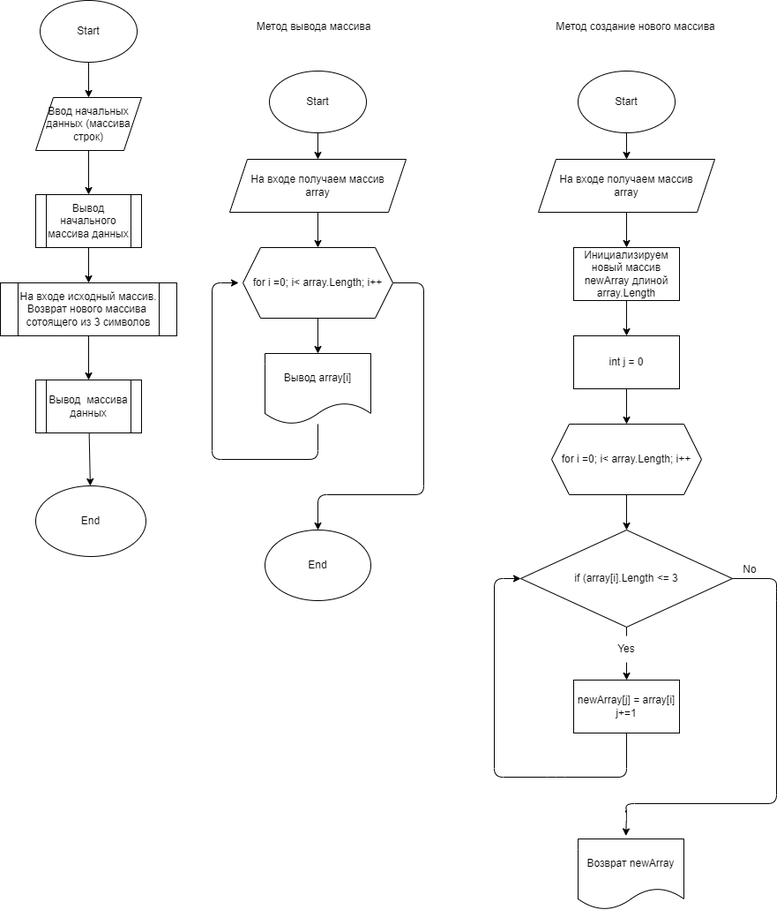
Earlier version of the draw.io export Test001.drawio.png (DmitryZ2000/Task1). Source tidied: cells renumbered, new cells last; positions are measured from the earlier drawing's top-left corner, leaving out a move shared by most shapes.
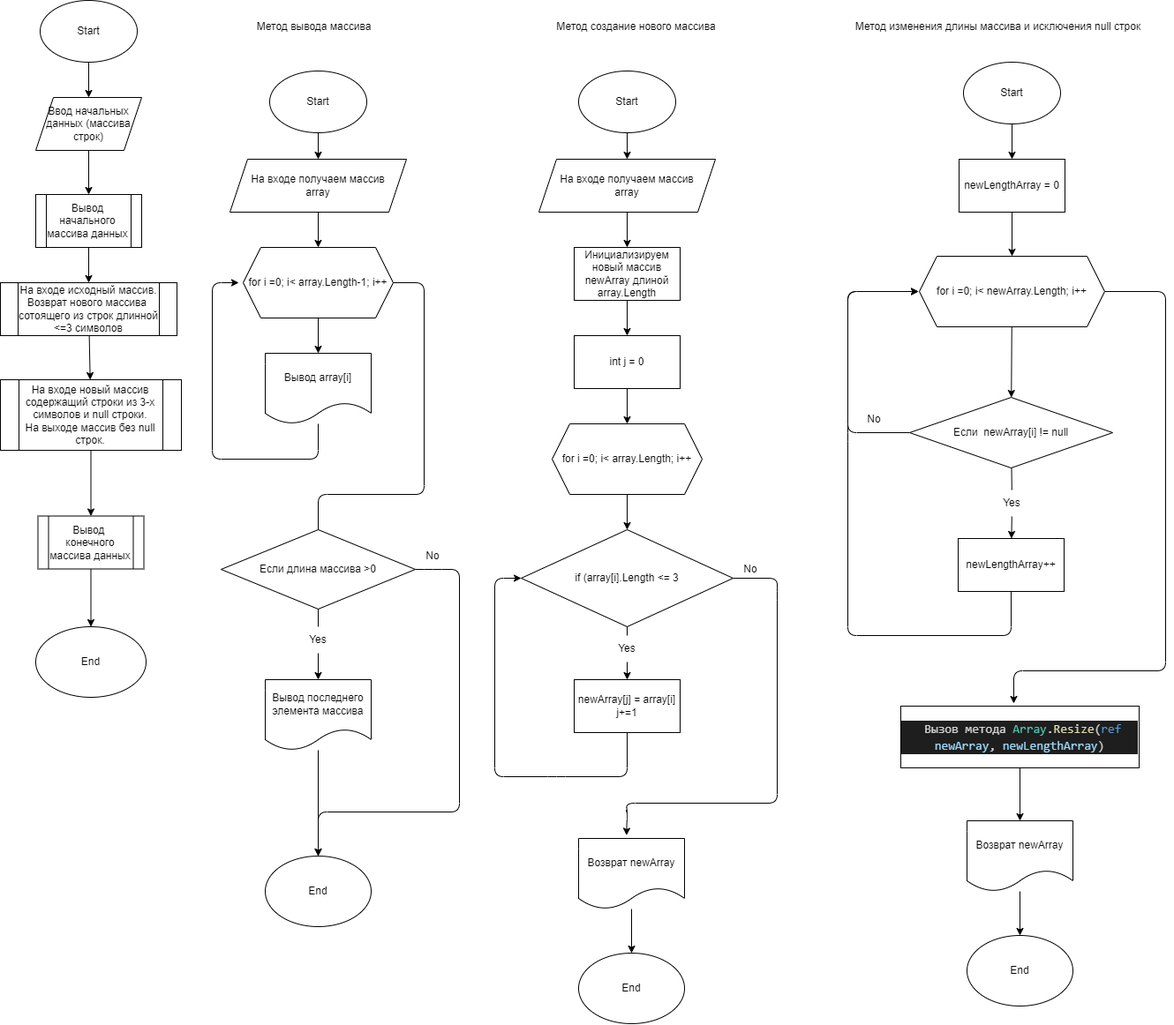
Above is the later version.

Commit message:
Add final code and draw

Change to the diagram source:
```diff
@@ -19,8 +19,9 @@
     <mxCell id="6" style="edgeStyle=none;html=1;" parent="1" edge="1" source="8" target="22">
       <mxGeometry relative="1" as="geometry" />
     </mxCell>
-    <mxCell id="7" style="edgeStyle=none;html=1;entryX=0.5;entryY=0;entryDx=0;entryDy=0;" parent="1" edge="1" source="8" target="23">
+    <mxCell id="7" style="edgeStyle=none;html=1;" parent="1" edge="1" source="8">
       <mxGeometry relative="1" as="geometry">
+        <mxPoint x="360" y="610" as="targetPoint" />
         <Array as="points">
           <mxPoint x="480" y="320" />
           <mxPoint x="480" y="560" />
@@ -28,7 +29,7 @@
         </Array>
       </mxGeometry>
     </mxCell>
-    <mxCell id="8" value="for i =0; i&amp;lt; array.Length; i++" style="shape=hexagon;perimeter=hexagonPerimeter2;whiteSpace=wrap;html=1;fixedSize=1;" parent="1" vertex="1">
+    <mxCell id="8" value="for i =0; i&amp;lt; array.Length-1; i++" style="shape=hexagon;perimeter=hexagonPerimeter2;whiteSpace=wrap;html=1;fixedSize=1;" parent="1" vertex="1">
       <mxGeometry x="275" y="280" width="170" height="80" as="geometry" />
     </mxCell>
     <mxCell id="9" style="edgeStyle=none;html=1;" parent="1" edge="1" source="10" target="12">
@@ -37,20 +38,20 @@
     <mxCell id="10" value="Вывод начального массива данных" style="shape=process;whiteSpace=wrap;html=1;backgroundOutline=1;" parent="1" vertex="1">
       <mxGeometry x="40" y="220" width="120" height="60" as="geometry" />
     </mxCell>
-    <mxCell id="11" style="edgeStyle=none;html=1;" parent="1" edge="1" source="12" target="14">
-      <mxGeometry relative="1" as="geometry" />
-    </mxCell>
+    <mxCell id="44" style="edgeStyle=none;html=1;" parent="1" edge="1" source="12" target="56">
+      <mxGeometry relative="1" as="geometry" />
+    </mxCell>
-    <mxCell id="12" value="На входе исходный массив. Возврат нового массива&amp;nbsp; сотоящего из 3 символов" style="shape=process;whiteSpace=wrap;html=1;backgroundOutline=1;" parent="1" vertex="1">
+    <mxCell id="12" value="На входе исходный массив. Возврат нового массива&amp;nbsp; сотоящего из строк длинной &amp;lt;=3 символов" style="shape=process;whiteSpace=wrap;html=1;backgroundOutline=1;" parent="1" vertex="1">
       <mxGeometry y="320" width="200" height="60" as="geometry" />
     </mxCell>
     <mxCell id="13" style="edgeStyle=none;html=1;" parent="1" edge="1" source="14" target="15">
       <mxGeometry relative="1" as="geometry" />
     </mxCell>
-    <mxCell id="14" value="Вывод&amp;nbsp; массива данных" style="shape=process;whiteSpace=wrap;html=1;backgroundOutline=1;" parent="1" vertex="1">
-      <mxGeometry x="40" y="430" width="120" height="60" as="geometry" />
+    <mxCell id="14" value="Вывод&amp;nbsp; конечного массива данных" style="shape=process;whiteSpace=wrap;html=1;backgroundOutline=1;" parent="1" vertex="1">
+      <mxGeometry x="42.5" y="584.5" width="120" height="60" as="geometry" />
     </mxCell>
     <mxCell id="15" value="End" style="ellipse;whiteSpace=wrap;html=1;" parent="1" vertex="1">
-      <mxGeometry x="40" y="550" width="125" height="80" as="geometry" />
+      <mxGeometry x="40" y="710" width="125" height="80" as="geometry" />
     </mxCell>
     <mxCell id="16" value="Метод вывода массива" style="text;html=1;align=center;verticalAlign=middle;strokeColor=none;fillColor=none;" parent="1" vertex="1">
       <mxGeometry x="280" y="20" width="150" height="20" as="geometry" />
@@ -81,7 +82,7 @@
       <mxGeometry x="300" y="400" width="120" height="80" as="geometry" />
     </mxCell>
     <mxCell id="23" value="End" style="ellipse;whiteSpace=wrap;html=1;" parent="1" vertex="1">
-      <mxGeometry x="300" y="600" width="120" height="80" as="geometry" />
+      <mxGeometry x="300" y="970" width="120" height="80" as="geometry" />
     </mxCell>
     <mxCell id="24" value="Метод создание нового массива" style="text;html=1;align=center;verticalAlign=middle;strokeColor=none;fillColor=none;" parent="1" vertex="1">
       <mxGeometry x="620" y="20" width="200" height="20" as="geometry" />
@@ -152,11 +153,142 @@
     <mxCell id="41" style="edgeStyle=none;html=1;endArrow=none;" parent="1" edge="1" source="35" target="40">
       <mxGeometry relative="1" as="geometry" />
     </mxCell>
+    <mxCell id="45" style="edgeStyle=none;html=1;" parent="1" edge="1" source="42" target="54">
+      <mxGeometry relative="1" as="geometry" />
+    </mxCell>
     <mxCell id="42" value="Возврат newArray" style="shape=document;whiteSpace=wrap;html=1;boundedLbl=1;" parent="1" vertex="1">
       <mxGeometry x="655" y="950" width="120" height="80" as="geometry" />
     </mxCell>
     <mxCell id="43" value="No" style="text;html=1;strokeColor=none;fillColor=none;align=center;verticalAlign=middle;whiteSpace=wrap;rounded=0;" parent="1" vertex="1">
       <mxGeometry x="820" y="630" width="60" height="30" as="geometry" />
     </mxCell>
+    <mxCell id="46" style="edgeStyle=none;html=1;startArrow=none;" parent="1" edge="1" source="51" target="50">
+      <mxGeometry relative="1" as="geometry" />
+    </mxCell>
+    <mxCell id="47" style="edgeStyle=none;html=1;" parent="1" edge="1" source="48">
+      <mxGeometry relative="1" as="geometry">
+        <mxPoint x="360" y="970" as="targetPoint" />
+        <Array as="points">
+          <mxPoint x="490" y="645" />
+          <mxPoint x="520" y="645" />
+          <mxPoint x="520" y="920" />
+          <mxPoint x="360" y="920" />
+        </Array>
+      </mxGeometry>
+    </mxCell>
+    <mxCell id="48" value="Если длина массива &amp;gt;0" style="rhombus;whiteSpace=wrap;html=1;" parent="1" vertex="1">
+      <mxGeometry x="250" y="600" width="220" height="90" as="geometry" />
+    </mxCell>
+    <mxCell id="49" style="edgeStyle=none;html=1;entryX=0.5;entryY=0;entryDx=0;entryDy=0;" parent="1" edge="1" source="50" target="23">
+      <mxGeometry relative="1" as="geometry">
+        <Array as="points">
+          <mxPoint x="360" y="940" />
+        </Array>
+      </mxGeometry>
+    </mxCell>
+    <mxCell id="50" value="Вывод последнего элемента массива" style="shape=document;whiteSpace=wrap;html=1;boundedLbl=1;" parent="1" vertex="1">
+      <mxGeometry x="300" y="770" width="120" height="80" as="geometry" />
+    </mxCell>
+    <mxCell id="51" value="Yes" style="text;html=1;strokeColor=none;fillColor=none;align=center;verticalAlign=middle;whiteSpace=wrap;rounded=0;" parent="1" vertex="1">
+      <mxGeometry x="330" y="710" width="60" height="30" as="geometry" />
+    </mxCell>
+    <mxCell id="52" style="edgeStyle=none;html=1;endArrow=none;" parent="1" edge="1" source="48" target="51">
+      <mxGeometry relative="1" as="geometry" />
+    </mxCell>
+    <mxCell id="53" value="No" style="text;html=1;strokeColor=none;fillColor=none;align=center;verticalAlign=middle;whiteSpace=wrap;rounded=0;" parent="1" vertex="1">
+      <mxGeometry x="460" y="610" width="60" height="40" as="geometry" />
+    </mxCell>
+    <mxCell id="54" value="End" style="ellipse;whiteSpace=wrap;html=1;" parent="1" vertex="1">
+      <mxGeometry x="655" y="1080" width="120" height="80" as="geometry" />
+    </mxCell>
+    <mxCell id="55" style="edgeStyle=none;html=1;" parent="1" edge="1" source="56" target="14">
+      <mxGeometry relative="1" as="geometry" />
+    </mxCell>
+    <mxCell id="56" value="На входе новый массив содержащий строки из 3-х символов и null строки.&lt;br&gt;На выходе массив без null строк.&lt;br&gt;" style="shape=process;whiteSpace=wrap;html=1;backgroundOutline=1;" parent="1" vertex="1">
+      <mxGeometry y="430" width="205" height="80" as="geometry" />
+    </mxCell>
+    <mxCell id="57" value="Метод изменения длины массива и исключения null строк" style="text;html=1;align=center;verticalAlign=middle;strokeColor=none;fillColor=none;" parent="1" vertex="1">
+      <mxGeometry x="960" y="20" width="340" height="20" as="geometry" />
+    </mxCell>
+    <mxCell id="58" style="edgeStyle=none;html=1;" parent="1" edge="1" source="59" target="61">
+      <mxGeometry relative="1" as="geometry" />
+    </mxCell>
+    <mxCell id="59" value="Start" style="ellipse;whiteSpace=wrap;html=1;" parent="1" vertex="1">
+      <mxGeometry x="1091" y="70" width="110" height="70" as="geometry" />
+    </mxCell>
+    <mxCell id="60" style="edgeStyle=none;html=1;" parent="1" edge="1" source="61" target="64">
+      <mxGeometry relative="1" as="geometry" />
+    </mxCell>
+    <mxCell id="61" value="newLengthArray = 0" style="whiteSpace=wrap;html=1;" parent="1" vertex="1">
+      <mxGeometry x="1086" y="180" width="120" height="60" as="geometry" />
+    </mxCell>
+    <mxCell id="62" style="edgeStyle=none;html=1;" parent="1" edge="1" source="64" target="67">
+      <mxGeometry relative="1" as="geometry" />
+    </mxCell>
+    <mxCell id="63" style="edgeStyle=none;html=1;entryX=0.474;entryY=-0.043;entryDx=0;entryDy=0;entryPerimeter=0;" parent="1" edge="1" source="64" target="74">
+      <mxGeometry relative="1" as="geometry">
+        <Array as="points">
+          <mxPoint x="1320" y="330" />
+          <mxPoint x="1320" y="760" />
+          <mxPoint x="1148" y="760" />
+        </Array>
+      </mxGeometry>
+    </mxCell>
+    <mxCell id="64" value="for i =0; i&amp;lt; newArray.Length; i++" style="shape=hexagon;perimeter=hexagonPerimeter2;whiteSpace=wrap;html=1;fixedSize=1;" parent="1" vertex="1">
+      <mxGeometry x="1041" y="290" width="210" height="80" as="geometry" />
+    </mxCell>
+    <mxCell id="65" style="edgeStyle=none;html=1;startArrow=none;" parent="1" edge="1" source="70" target="69">
+      <mxGeometry relative="1" as="geometry" />
+    </mxCell>
+    <mxCell id="66" style="edgeStyle=none;html=1;" parent="1" edge="1" source="67">
+      <mxGeometry relative="1" as="geometry">
+        <mxPoint x="1040" y="330" as="targetPoint" />
+        <Array as="points">
+          <mxPoint x="960" y="490" />
+          <mxPoint x="960" y="330" />
+        </Array>
+      </mxGeometry>
+    </mxCell>
+    <mxCell id="67" value="Если&amp;nbsp; newArray[i] != null" style="rhombus;whiteSpace=wrap;html=1;" parent="1" vertex="1">
+      <mxGeometry x="1030" y="450" width="230" height="80" as="geometry" />
+    </mxCell>
+    <mxCell id="68" style="edgeStyle=none;html=1;" parent="1" edge="1" source="69">
+      <mxGeometry relative="1" as="geometry">
+        <mxPoint x="1040" y="330" as="targetPoint" />
+        <Array as="points">
+          <mxPoint x="1145" y="720" />
+          <mxPoint x="960" y="720" />
+          <mxPoint x="960" y="490" />
+          <mxPoint x="960" y="330" />
+        </Array>
+      </mxGeometry>
+    </mxCell>
+    <mxCell id="69" value="newLengthArray++" style="whiteSpace=wrap;html=1;" parent="1" vertex="1">
+      <mxGeometry x="1085" y="610" width="120" height="60" as="geometry" />
+    </mxCell>
+    <mxCell id="70" value="Yes" style="text;html=1;strokeColor=none;fillColor=none;align=center;verticalAlign=middle;whiteSpace=wrap;rounded=0;" parent="1" vertex="1">
+      <mxGeometry x="1116" y="555" width="60" height="30" as="geometry" />
+    </mxCell>
+    <mxCell id="71" style="edgeStyle=none;html=1;endArrow=none;" parent="1" edge="1" source="67" target="70">
+      <mxGeometry relative="1" as="geometry" />
+    </mxCell>
+    <mxCell id="72" value="No" style="text;html=1;strokeColor=none;fillColor=none;align=center;verticalAlign=middle;whiteSpace=wrap;rounded=0;" parent="1" vertex="1">
+      <mxGeometry x="960" y="460" width="60" height="30" as="geometry" />
+    </mxCell>
+    <mxCell id="73" style="edgeStyle=none;html=1;" parent="1" edge="1" source="74" target="76">
+      <mxGeometry relative="1" as="geometry" />
+    </mxCell>
+    <mxCell id="74" value="&lt;div style=&quot;color: rgb(212 , 212 , 212) ; background-color: rgb(30 , 30 , 30) ; font-family: &amp;#34;consolas&amp;#34; , &amp;#34;courier new&amp;#34; , monospace ; font-size: 14px ; line-height: 19px&quot;&gt;&amp;nbsp;Вызов метода&amp;nbsp;&lt;span style=&quot;color: #4ec9b0&quot;&gt;Array&lt;/span&gt;.&lt;span style=&quot;color: #dcdcaa&quot;&gt;Resize&lt;/span&gt;(&lt;span style=&quot;color: #569cd6&quot;&gt;ref&lt;/span&gt; &lt;span style=&quot;color: #9cdcfe&quot;&gt;newArray&lt;/span&gt;, &lt;span style=&quot;color: #9cdcfe&quot;&gt;newLengthArray&lt;/span&gt;)&lt;/div&gt;" style="whiteSpace=wrap;html=1;" parent="1" vertex="1">
+      <mxGeometry x="1020" y="800" width="270" height="70" as="geometry" />
+    </mxCell>
+    <mxCell id="75" style="edgeStyle=none;html=1;" parent="1" edge="1" source="76" target="77">
+      <mxGeometry relative="1" as="geometry" />
+    </mxCell>
+    <mxCell id="76" value="Возврат newArray" style="shape=document;whiteSpace=wrap;html=1;boundedLbl=1;" parent="1" vertex="1">
+      <mxGeometry x="1095" y="930" width="120" height="80" as="geometry" />
+    </mxCell>
+    <mxCell id="77" value="End" style="ellipse;whiteSpace=wrap;html=1;" parent="1" vertex="1">
+      <mxGeometry x="1095" y="1060" width="120" height="80" as="geometry" />
+    </mxCell>
   </root>
 </mxGraphModel>
```
